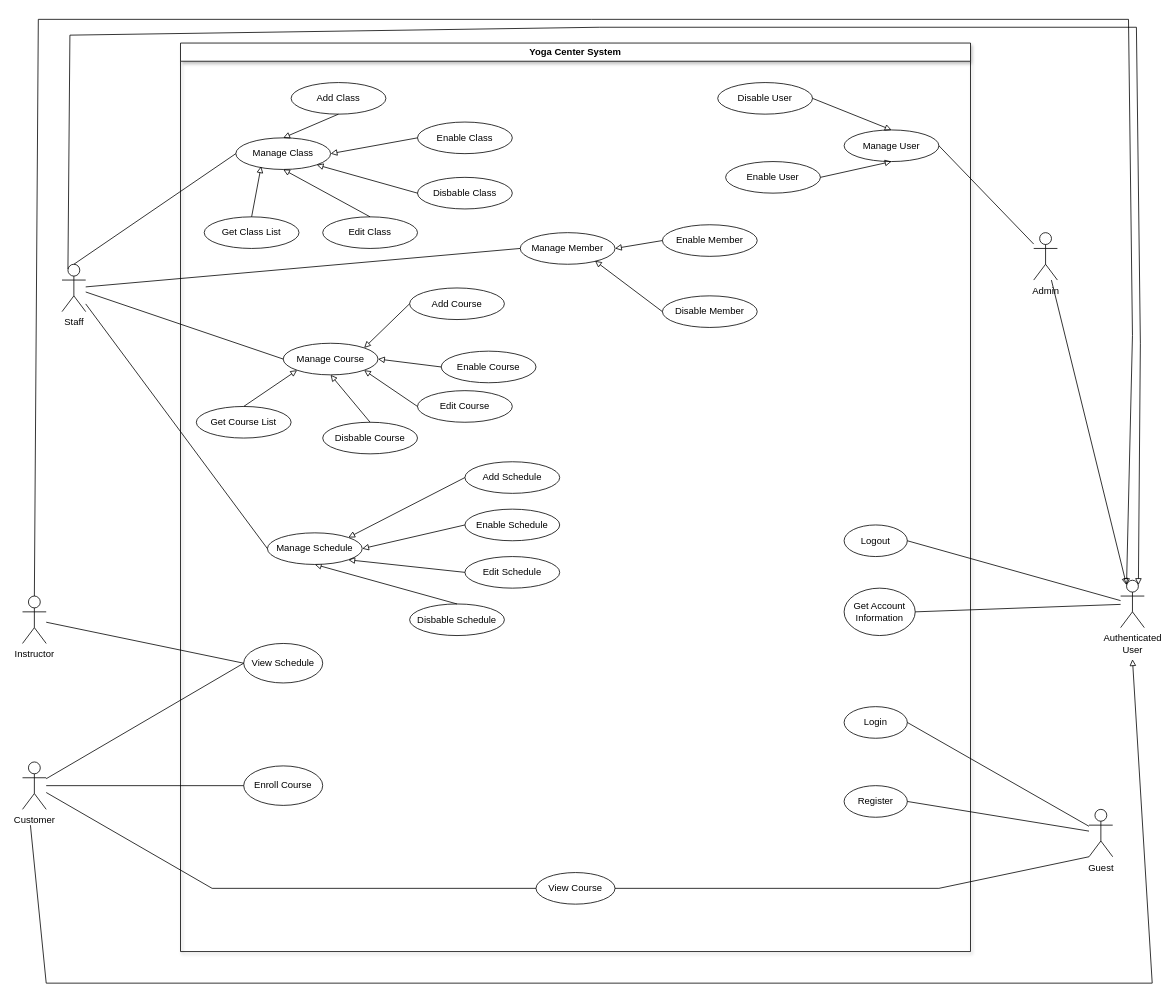
Above: page "SWR1" (4 of 4) of Untitled Diagram.drawio in minhng-178/web-starter-projects (draw.io), before the change. Source tidied: cells renumbered, new cells numbered last; positions are measured from the earlier drawing's top-left corner, leaving out a move shared by most shapes. Both pictures are drawn from the tidied source at 79%, with x=0, y=0 at pixel (22, 19).
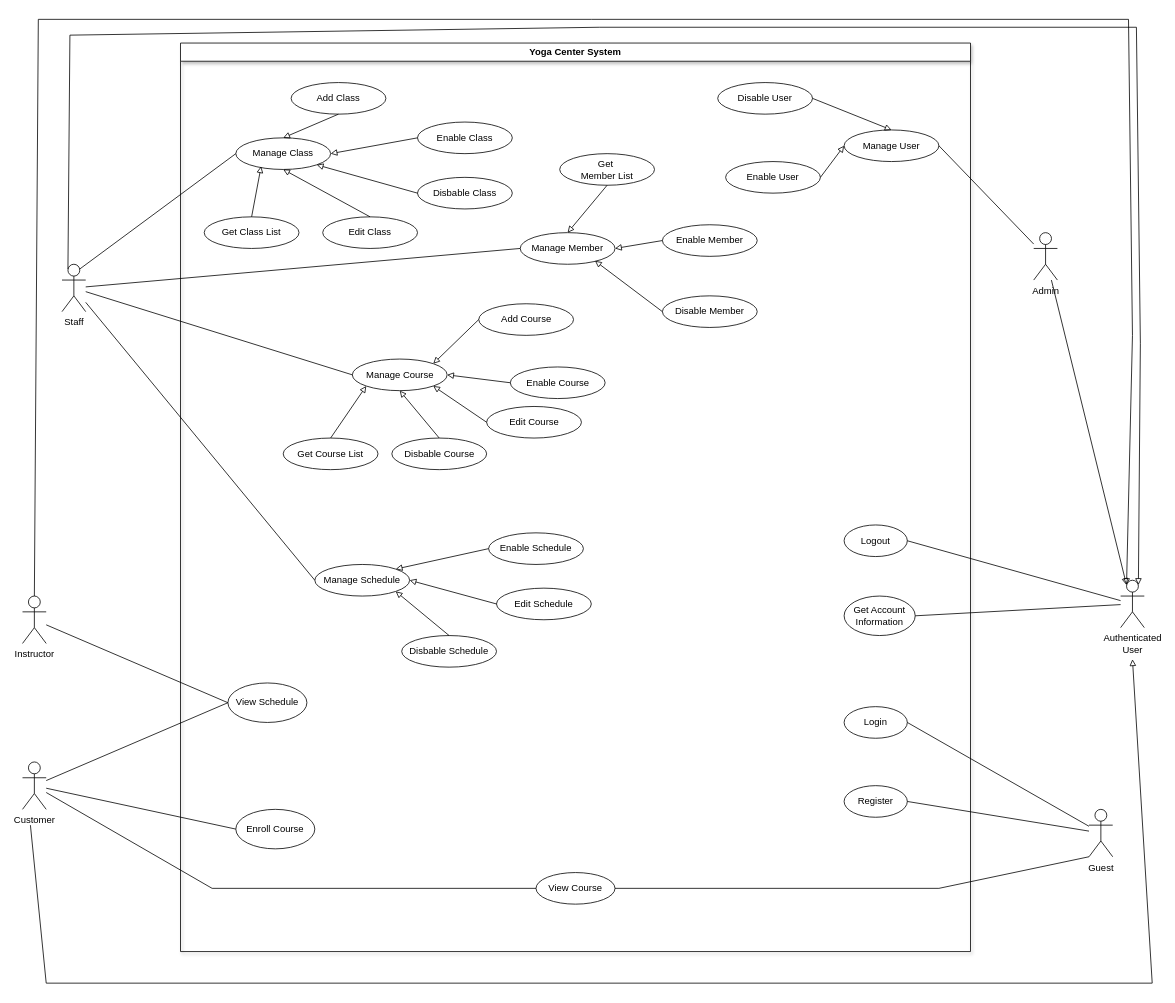
After the change.

Commit message:
Cập nhật Untitled Diagram.drawio

Unchanged cells that the change refers to:
```xml
<mxCell id="2" value="Yoga Center System" style="swimlane;whiteSpace=wrap;html=1;shadow=1;fontStyle=1;" parent="1" vertex="1">
  <mxGeometry x="200" y="30" width="1000" height="1150" as="geometry" />
</mxCell>
<mxCell id="7" value="Manage User" style="ellipse;whiteSpace=wrap;html=1;" parent="2" vertex="1">
  <mxGeometry x="840" y="110" width="120" height="40" as="geometry" />
</mxCell>
<mxCell id="8" value="Manage Class" style="ellipse;whiteSpace=wrap;html=1;" parent="2" vertex="1">
  <mxGeometry x="70" y="120" width="120" height="40" as="geometry" />
</mxCell>
<mxCell id="15" value="Enable User" style="ellipse;whiteSpace=wrap;html=1;" parent="2" vertex="1">
  <mxGeometry x="690" y="150" width="120" height="40" as="geometry" />
</mxCell>
<mxCell id="43" value="Manage Member" style="ellipse;whiteSpace=wrap;html=1;" parent="2" vertex="1">
  <mxGeometry x="430" y="240" width="120" height="40" as="geometry" />
</mxCell>
<mxCell id="68" value="Staff" style="shape=umlActor;verticalLabelPosition=bottom;verticalAlign=top;html=1;outlineConnect=0;" parent="1" vertex="1">
  <mxGeometry x="50" y="310" width="30" height="60" as="geometry" />
</mxCell>
```

Diff of the diagram source:
```diff
@@
     <mxCell id="6" value="Get Account Information" style="ellipse;whiteSpace=wrap;html=1;" parent="2" vertex="1">
-      <mxGeometry x="840" y="690" width="90" height="60" as="geometry" />
+      <mxGeometry x="840" y="700" width="90" height="50" as="geometry" />
     </mxCell>
@@
     <mxCell id="11" value="Enroll Course" style="ellipse;whiteSpace=wrap;html=1;" parent="2" vertex="1">
-      <mxGeometry x="80" y="915" width="100" height="50" as="geometry" />
+      <mxGeometry x="70" y="970" width="100" height="50" as="geometry" />
     </mxCell>
     <mxCell id="12" value="View Schedule" style="ellipse;whiteSpace=wrap;html=1;" parent="2" vertex="1">
-      <mxGeometry x="80" y="760" width="100" height="50" as="geometry" />
+      <mxGeometry x="60" y="810" width="100" height="50" as="geometry" />
     </mxCell>
     <mxCell id="13" value="Manage Course" style="ellipse;whiteSpace=wrap;html=1;" parent="2" vertex="1">
-      <mxGeometry x="130" y="380" width="120" height="40" as="geometry" />
+      <mxGeometry x="217.5" y="400" width="120" height="40" as="geometry" />
     </mxCell>
@@
-    <mxCell id="17" style="endArrow=block;html=1;rounded=0;entryX=0.5;entryY=1;entryDx=0;entryDy=0;endFill=0;exitX=1;exitY=0.5;exitDx=0;exitDy=0;" parent="2" edge="1" source="15" target="7">
+    <mxCell id="17" style="endArrow=block;html=1;rounded=0;entryX=0;entryY=0.5;entryDx=0;entryDy=0;endFill=0;exitX=1;exitY=0.5;exitDx=0;exitDy=0;" parent="2" edge="1" source="15" target="7">
       <mxGeometry relative="1" as="geometry" />
     </mxCell>
     <mxCell id="18" value="Add Course" style="ellipse;whiteSpace=wrap;html=1;" parent="2" vertex="1">
-      <mxGeometry x="290" y="310" width="120" height="40" as="geometry" />
+      <mxGeometry x="377.5" y="330" width="120" height="40" as="geometry" />
     </mxCell>
     <mxCell id="19" value="Enable Course" style="ellipse;whiteSpace=wrap;html=1;" parent="2" vertex="1">
-      <mxGeometry x="330" y="390" width="120" height="40" as="geometry" />
+      <mxGeometry x="417.5" y="410" width="120" height="40" as="geometry" />
     </mxCell>
@@
     <mxCell id="22" value="Disbable Course" style="ellipse;whiteSpace=wrap;html=1;" parent="2" vertex="1">
-      <mxGeometry x="180" y="480" width="120" height="40" as="geometry" />
+      <mxGeometry x="267.5" y="500" width="120" height="40" as="geometry" />
     </mxCell>
     <mxCell id="23" value="Edit Course" style="ellipse;whiteSpace=wrap;html=1;" parent="2" vertex="1">
-      <mxGeometry x="300" y="440" width="120" height="40" as="geometry" />
+      <mxGeometry x="387.5" y="460" width="120" height="40" as="geometry" />
     </mxCell>
@@
-    <mxCell id="34" value="Add Schedule" style="ellipse;whiteSpace=wrap;html=1;" parent="2" vertex="1">
-      <mxGeometry x="360" y="530" width="120" height="40" as="geometry" />
-    </mxCell>
     <mxCell id="35" value="Enable Schedule" style="ellipse;whiteSpace=wrap;html=1;" parent="2" vertex="1">
-      <mxGeometry x="360" y="590" width="120" height="40" as="geometry" />
+      <mxGeometry x="390" y="620" width="120" height="40" as="geometry" />
     </mxCell>
-    <mxCell id="36" style="endArrow=block;html=1;rounded=0;entryX=1;entryY=0;entryDx=0;entryDy=0;endFill=0;exitX=0;exitY=0.5;exitDx=0;exitDy=0;" parent="2" edge="1" source="34" target="42">
-      <mxGeometry relative="1" as="geometry" />
-    </mxCell>
-    <mxCell id="37" style="endArrow=block;html=1;rounded=0;entryX=1;entryY=0.5;entryDx=0;entryDy=0;endFill=0;exitX=0;exitY=0.5;exitDx=0;exitDy=0;" parent="2" edge="1" source="35" target="42">
+    <mxCell id="37" style="endArrow=block;html=1;rounded=0;entryX=1;entryY=0;entryDx=0;entryDy=0;endFill=0;exitX=0;exitY=0.5;exitDx=0;exitDy=0;" parent="2" edge="1" source="35" target="42">
       <mxGeometry relative="1" as="geometry" />
     </mxCell>
     <mxCell id="38" value="Disbable Schedule" style="ellipse;whiteSpace=wrap;html=1;" parent="2" vertex="1">
-      <mxGeometry x="290" y="710" width="120" height="40" as="geometry" />
+      <mxGeometry x="280" y="750" width="120" height="40" as="geometry" />
     </mxCell>
     <mxCell id="39" value="Edit Schedule" style="ellipse;whiteSpace=wrap;html=1;" parent="2" vertex="1">
-      <mxGeometry x="360" y="650" width="120" height="40" as="geometry" />
+      <mxGeometry x="400" y="690" width="120" height="40" as="geometry" />
     </mxCell>
-    <mxCell id="40" style="endArrow=block;html=1;rounded=0;entryX=0.5;entryY=1;entryDx=0;entryDy=0;endFill=0;exitX=0.5;exitY=0;exitDx=0;exitDy=0;" parent="2" edge="1" source="38" target="42">
+    <mxCell id="40" style="endArrow=block;html=1;rounded=0;entryX=1;entryY=1;entryDx=0;entryDy=0;endFill=0;exitX=0.5;exitY=0;exitDx=0;exitDy=0;" parent="2" edge="1" source="38" target="42">
       <mxGeometry relative="1" as="geometry" />
     </mxCell>
-    <mxCell id="41" style="endArrow=block;html=1;rounded=0;endFill=0;exitX=0;exitY=0.5;exitDx=0;exitDy=0;entryX=1;entryY=1;entryDx=0;entryDy=0;" parent="2" edge="1" source="39" target="42">
+    <mxCell id="41" style="endArrow=block;html=1;rounded=0;endFill=0;exitX=0;exitY=0.5;exitDx=0;exitDy=0;entryX=1;entryY=0.5;entryDx=0;entryDy=0;" parent="2" edge="1" source="39" target="42">
       <mxGeometry relative="1" as="geometry" />
     </mxCell>
     <mxCell id="42" value="Manage Schedule" style="ellipse;whiteSpace=wrap;html=1;" parent="2" vertex="1">
-      <mxGeometry x="110" y="620" width="120" height="40" as="geometry" />
+      <mxGeometry x="170" y="660" width="120" height="40" as="geometry" />
     </mxCell>
@@
     <mxCell id="50" value="Get Course List" style="ellipse;whiteSpace=wrap;html=1;" parent="2" vertex="1">
-      <mxGeometry x="20" y="460" width="120" height="40" as="geometry" />
+      <mxGeometry x="130" y="500" width="120" height="40" as="geometry" />
     </mxCell>
@@
+    <mxCell id="75" value="Get&amp;nbsp;&lt;br&gt;Member List" style="ellipse;whiteSpace=wrap;html=1;" parent="2" vertex="1">
+      <mxGeometry x="480" y="140" width="120" height="40" as="geometry" />
+    </mxCell>
+    <mxCell id="76" style="endArrow=block;html=1;rounded=0;endFill=0;exitX=0.5;exitY=1;exitDx=0;exitDy=0;entryX=0.5;entryY=0;entryDx=0;entryDy=0;" parent="2" edge="1" source="75" target="43">
+      <mxGeometry relative="1" as="geometry" />
+    </mxCell>
@@
-    <mxCell id="70" style="endArrow=none;html=1;rounded=0;exitX=0.5;exitY=0;exitDx=0;exitDy=0;exitPerimeter=0;entryX=0;entryY=0.5;entryDx=0;entryDy=0;" parent="1" edge="1" source="68" target="8">
+    <mxCell id="70" style="endArrow=none;html=1;rounded=0;entryX=0;entryY=0.5;entryDx=0;entryDy=0;exitX=0.75;exitY=0.1;exitDx=0;exitDy=0;exitPerimeter=0;" parent="1" edge="1" source="68" target="8">
       <mxGeometry relative="1" as="geometry" />
     </mxCell>
```
